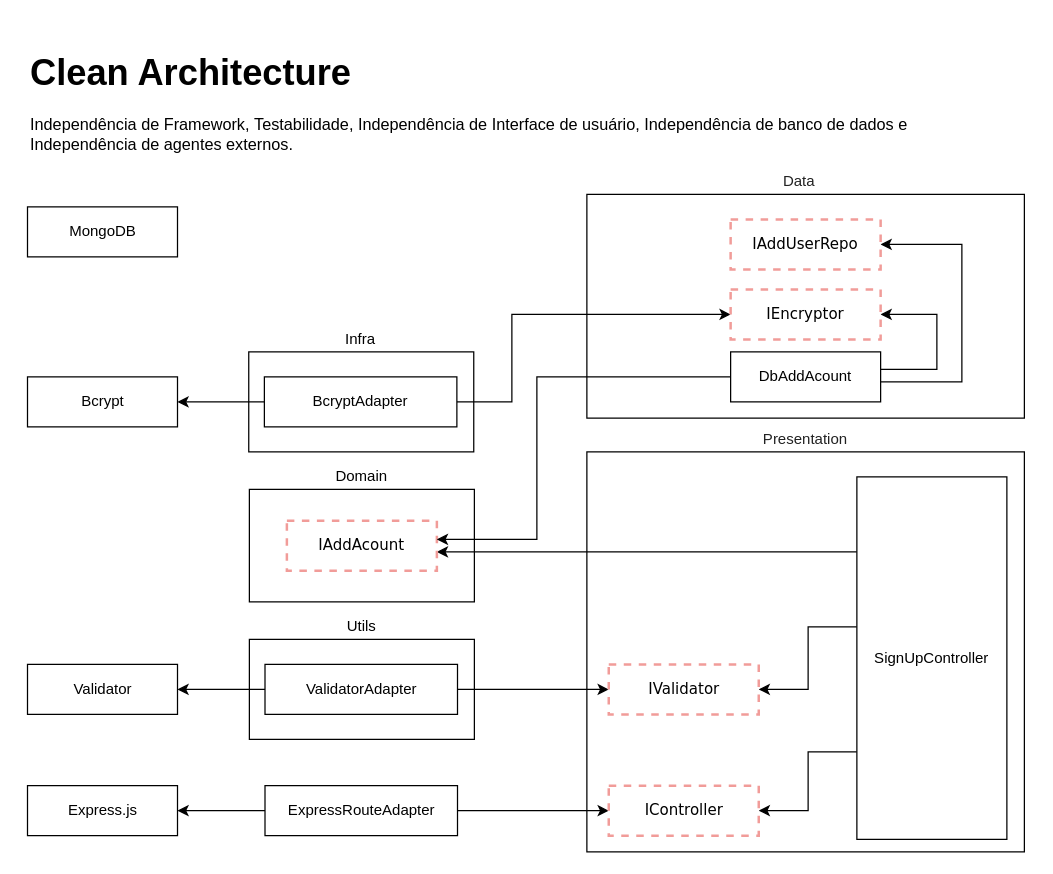
Before: .doc/CleanArchitecture.drawio in cfdavidpetter/Course-NodeJs_Typescript_TDD_Clean-Architecture_e_SOLID, a draw.io diagram. Source tidied: cells renumbered, new cells numbered last; positions are measured from the earlier drawing's top-left corner, leaving out a move shared by most shapes. Both pictures are drawn from the tidied source at 125%, with x=0, y=0 at pixel (24, 44).
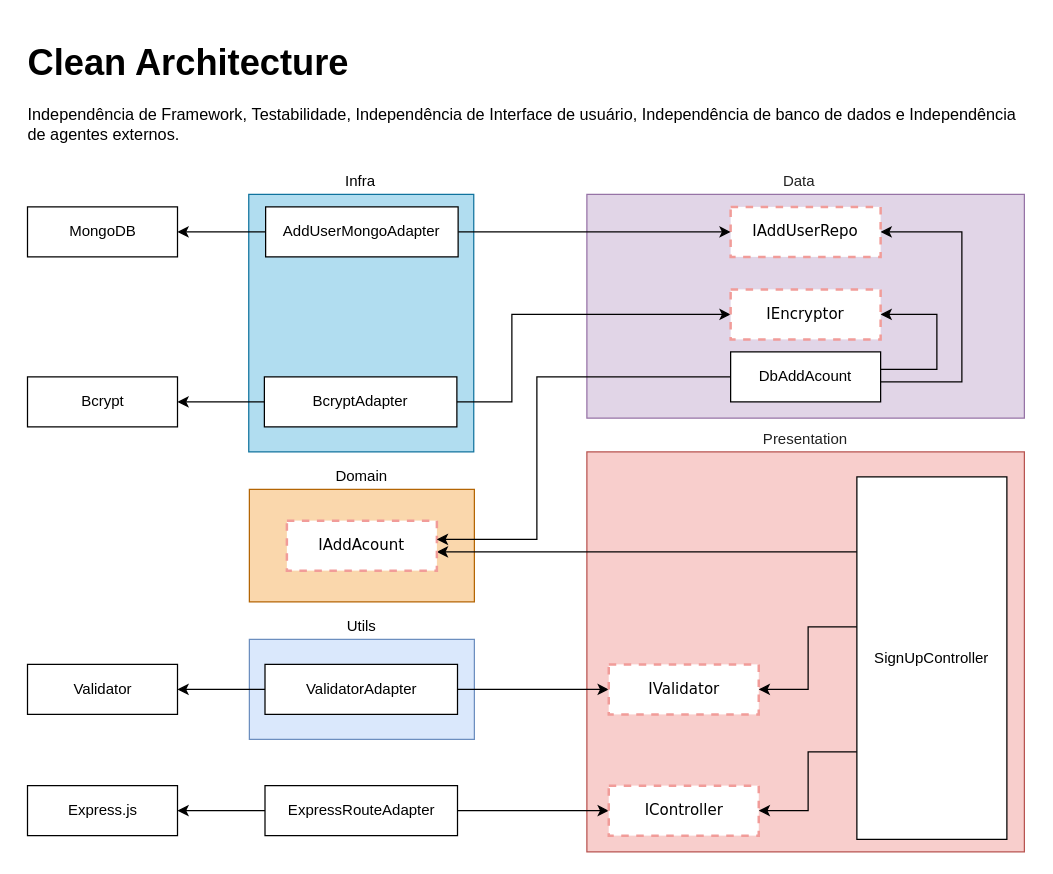
After the change.

The change refers to these unchanged cells:
```xml
<mxCell id="11" value="MongoDB" style="rounded=0;whiteSpace=wrap;html=1;gradientDirection=east;" parent="1" vertex="1">
  <mxGeometry x="2.5" y="130" width="120" height="40" as="geometry" />
</mxCell>
<mxCell id="32" value="&lt;span style=&quot;text-align: left&quot;&gt;DbAddAcount&lt;/span&gt;" style="rounded=0;whiteSpace=wrap;html=1;gradientDirection=east;gradientColor=#ffffff;" parent="1" vertex="1">
  <mxGeometry x="565" y="246" width="120" height="40" as="geometry" />
</mxCell>
```

Change to the diagram source:
```diff
@@
-    <mxCell id="2" style="rounded=0;whiteSpace=wrap;html=1;fillColor=#ffffff;gradientColor=none;" parent="1" vertex="1">
+    <mxCell id="2" style="rounded=0;whiteSpace=wrap;html=1;fillColor=#e1d5e7;strokeColor=#9673a6;" parent="1" vertex="1">
       <mxGeometry x="450" y="120" width="350" height="179" as="geometry" />
     </mxCell>
-    <mxCell id="3" style="rounded=0;whiteSpace=wrap;html=1;fillColor=#ffffff;gradientColor=none;" parent="1" vertex="1">
+    <mxCell id="3" style="rounded=0;whiteSpace=wrap;html=1;fillColor=#fad7ac;strokeColor=#b46504;" parent="1" vertex="1">
       <mxGeometry x="180" y="356" width="180" height="90" as="geometry" />
     </mxCell>
@@
-    <mxCell id="5" style="rounded=0;whiteSpace=wrap;html=1;fillColor=#ffffff;gradientColor=none;" parent="1" vertex="1">
+    <mxCell id="5" style="rounded=0;whiteSpace=wrap;html=1;fillColor=#dae8fc;strokeColor=#6c8ebf;" parent="1" vertex="1">
       <mxGeometry x="180" y="476" width="180" height="80" as="geometry" />
     </mxCell>
-    <mxCell id="6" style="rounded=0;whiteSpace=wrap;html=1;fillColor=#ffffff;gradientColor=none;" parent="1" vertex="1">
+    <mxCell id="6" style="rounded=0;whiteSpace=wrap;html=1;fillColor=#f8cecc;strokeColor=#b85450;" parent="1" vertex="1">
       <mxGeometry x="450" y="326" width="350" height="320" as="geometry" />
     </mxCell>
@@
     <mxCell id="13" value="&lt;h1&gt;&lt;font style=&quot;font-size: 29px&quot;&gt;Clean Architecture&lt;/font&gt;&lt;/h1&gt;&lt;h1 style=&quot;font-size: 13px&quot;&gt;&lt;span style=&quot;font-weight: normal&quot;&gt;&lt;font style=&quot;font-size: 13px&quot;&gt;Independência de Framework,&amp;nbsp;&lt;/font&gt;Testabilidade, Independência de Interface de usuário, Independência de banco de dados e Independência de agentes externos.&lt;/span&gt;&lt;/h1&gt;" style="text;html=1;strokeColor=none;fillColor=none;spacing=5;spacingTop=-20;whiteSpace=wrap;overflow=hidden;rounded=0;" parent="1" vertex="1">
-      <mxGeometry width="710" height="90" as="geometry" />
+      <mxGeometry x="-2" y="-8" width="808" height="90" as="geometry" />
     </mxCell>
@@
     <mxCell id="31" style="edgeStyle=orthogonalEdgeStyle;rounded=0;jettySize=auto;html=1;fontFamily=Verdana;fontSize=12;" parent="1" edge="1" source="32" target="39">
       <mxGeometry relative="1" as="geometry">
         <Array as="points">
           <mxPoint x="750" y="270" />
-          <mxPoint x="750" y="160" />
+          <mxPoint x="750" y="150" />
         </Array>
       </mxGeometry>
     </mxCell>
@@
-    <mxCell id="33" style="rounded=0;whiteSpace=wrap;html=1;fillColor=#ffffff;gradientColor=none;" parent="1" vertex="1">
-      <mxGeometry x="179.5" y="246" width="180" height="80" as="geometry" />
+    <mxCell id="33" style="rounded=0;whiteSpace=wrap;html=1;fillColor=#b1ddf0;strokeColor=#10739e;" parent="1" vertex="1">
+      <mxGeometry x="179.5" y="120" width="180" height="206" as="geometry" />
     </mxCell>
@@
     <mxCell id="37" value="&lt;div&gt;&lt;span&gt;Infra&lt;/span&gt;&lt;/div&gt;" style="text;html=1;strokeColor=none;fillColor=none;align=center;verticalAlign=middle;whiteSpace=wrap;rounded=0;fontSize=12;" parent="1" vertex="1">
-      <mxGeometry x="229" y="226" width="80" height="20" as="geometry" />
+      <mxGeometry x="229" y="100" width="80" height="20" as="geometry" />
     </mxCell>
@@
     <mxCell id="39" value="&lt;span&gt;IAddUserRepo&lt;/span&gt;" style="rounded=0;whiteSpace=wrap;html=1;gradientDirection=east;fontFamily=Verdana;dashed=1;strokeColor=#F19C99;strokeWidth=2;" parent="1" vertex="1">
-      <mxGeometry x="565" y="140" width="120" height="40" as="geometry" />
+      <mxGeometry x="565" y="130" width="120" height="40" as="geometry" />
     </mxCell>
+    <mxCell id="40" style="edgeStyle=orthogonalEdgeStyle;rounded=0;jettySize=auto;html=1;" parent="1" edge="1" source="42" target="11">
+      <mxGeometry relative="1" as="geometry" />
+    </mxCell>
+    <mxCell id="41" style="edgeStyle=orthogonalEdgeStyle;rounded=0;jettySize=auto;html=1;" parent="1" edge="1" source="42" target="39">
+      <mxGeometry relative="1" as="geometry" />
+    </mxCell>
+    <mxCell id="42" value="AddUserMongoAdapter" style="rounded=0;whiteSpace=wrap;html=1;gradientDirection=east;" parent="1" vertex="1">
+      <mxGeometry x="193" y="130" width="154" height="40" as="geometry" />
+    </mxCell>
```
